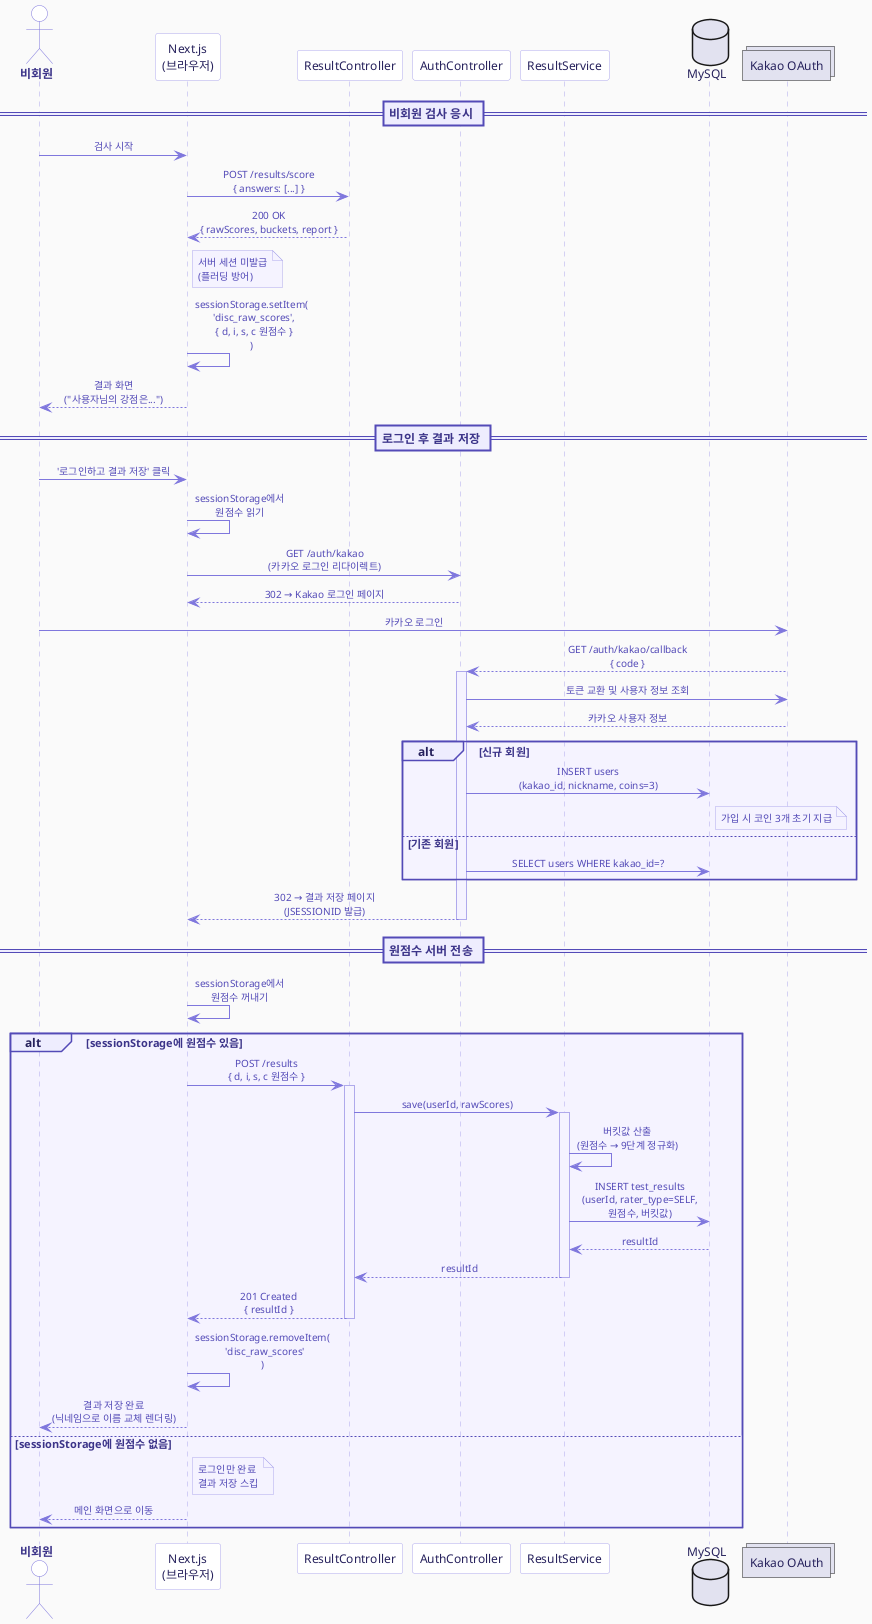
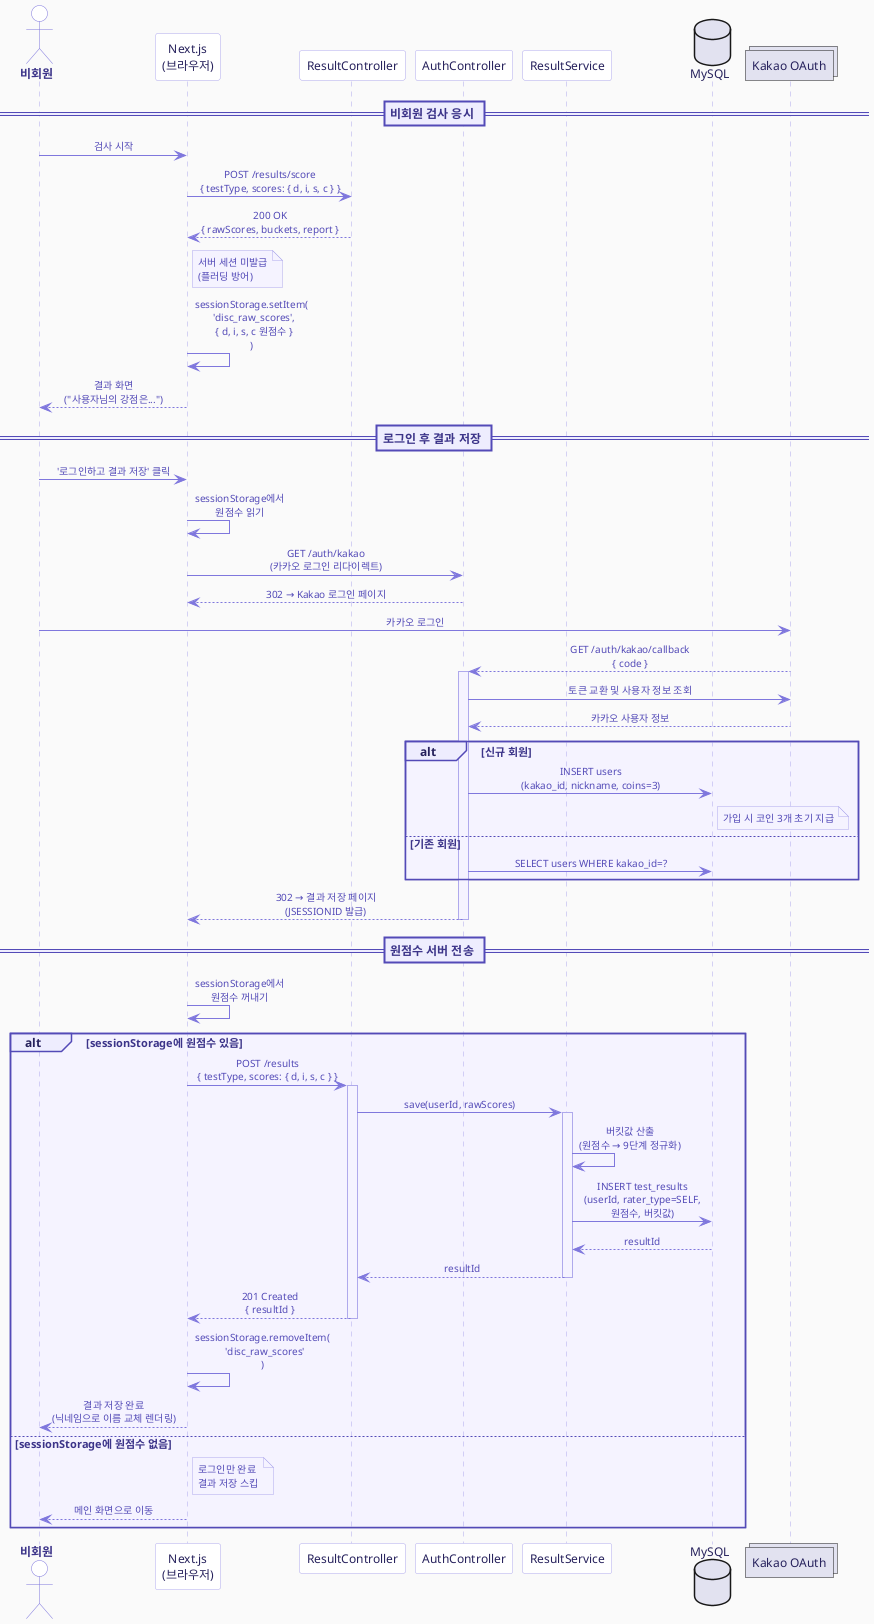
@startuml MyCPT_Sequence_GuestToMember

skinparam backgroundColor #FAFAFA
skinparam defaultFontName "Apple SD Gothic Neo, sans-serif"
skinparam defaultFontSize 12
skinparam defaultFontColor #26215C
skinparam sequenceMessageAlign center

skinparam participant {
  BackgroundColor #FFFFFF
  BorderColor #AFA9EC
  FontColor #26215C
  FontSize 12
}

skinparam actor {
  BackgroundColor #FFFFFF
  BorderColor #7F77DD
  FontColor #3C3489
  FontSize 12
  FontStyle bold
}

skinparam sequence {
  ArrowColor #7F77DD
  ArrowFontColor #534AB7
  ArrowFontSize 10
  LifeLineBorderColor #AFA9EC
  LifeLineBackgroundColor #F5F3FF
  GroupBorderColor #534AB7
  GroupBackgroundColor #EEEDFE
  GroupFontColor #3C3489
  GroupFontSize 11
  GroupBodyBackgroundColor #F5F3FF
  DividerBackgroundColor #EEEDFE
  DividerBorderColor #534AB7
  DividerFontColor #3C3489
}

skinparam note {
  BackgroundColor #F5F3FF
  BorderColor #AFA9EC
  FontColor #534AB7
  FontSize 10
}

actor "비회원" as Guest
participant "Next.js\n(브라우저)" as Client
participant "ResultController" as ResultCtrl
participant "AuthController" as AuthCtrl
participant "ResultService" as ResultSvc
database "MySQL" as DB
collections "Kakao OAuth" as Kakao

== 비회원 검사 응시 ==

Guest -> Client : 검사 시작
- Client -> ResultCtrl : POST /results/score\n{ answers: [...] }
+ Client -> ResultCtrl : POST /results/score\n{ testType, scores: { d, i, s, c } }
ResultCtrl --> Client : 200 OK\n{ rawScores, buckets, report }

note right of Client
  서버 세션 미발급
  (플러딩 방어)
end note

Client -> Client : sessionStorage.setItem(\n  'disc_raw_scores',\n  { d, i, s, c 원점수 }\n)

Client --> Guest : 결과 화면\n("사용자님의 강점은...")

== 로그인 후 결과 저장 ==

Guest -> Client : '로그인하고 결과 저장' 클릭
Client -> Client : sessionStorage에서\n원점수 읽기

Client -> AuthCtrl : GET /auth/kakao\n(카카오 로그인 리다이렉트)
AuthCtrl --> Client : 302 → Kakao 로그인 페이지

Guest -> Kakao : 카카오 로그인
Kakao --> AuthCtrl : GET /auth/kakao/callback\n{ code }

activate AuthCtrl
AuthCtrl -> Kakao : 토큰 교환 및 사용자 정보 조회
Kakao --> AuthCtrl : 카카오 사용자 정보

alt 신규 회원
  AuthCtrl -> DB : INSERT users\n(kakao_id, nickname, coins=3)
  note right of DB
    가입 시 코인 3개 초기 지급
  end note
else 기존 회원
  AuthCtrl -> DB : SELECT users WHERE kakao_id=?
end

AuthCtrl --> Client : 302 → 결과 저장 페이지\n(JSESSIONID 발급)
deactivate AuthCtrl

== 원점수 서버 전송 ==

Client -> Client : sessionStorage에서\n원점수 꺼내기

alt sessionStorage에 원점수 있음
-   Client -> ResultCtrl : POST /results\n{ d, i, s, c 원점수 }
+   Client -> ResultCtrl : POST /results\n{ testType, scores: { d, i, s, c } }
  activate ResultCtrl

  ResultCtrl -> ResultSvc : save(userId, rawScores)
  activate ResultSvc
  ResultSvc -> ResultSvc : 버킷값 산출\n(원점수 → 9단계 정규화)
  ResultSvc -> DB : INSERT test_results\n(userId, rater_type=SELF,\n원점수, 버킷값)
  DB --> ResultSvc : resultId
  ResultSvc --> ResultCtrl : resultId
  deactivate ResultSvc

  ResultCtrl --> Client : 201 Created\n{ resultId }
  deactivate ResultCtrl

  Client -> Client : sessionStorage.removeItem(\n  'disc_raw_scores'\n)
  Client --> Guest : 결과 저장 완료\n(닉네임으로 이름 교체 렌더링)

else sessionStorage에 원점수 없음
  note right of Client
    로그인만 완료
    결과 저장 스킵
  end note
  Client --> Guest : 메인 화면으로 이동
end

@enduml
